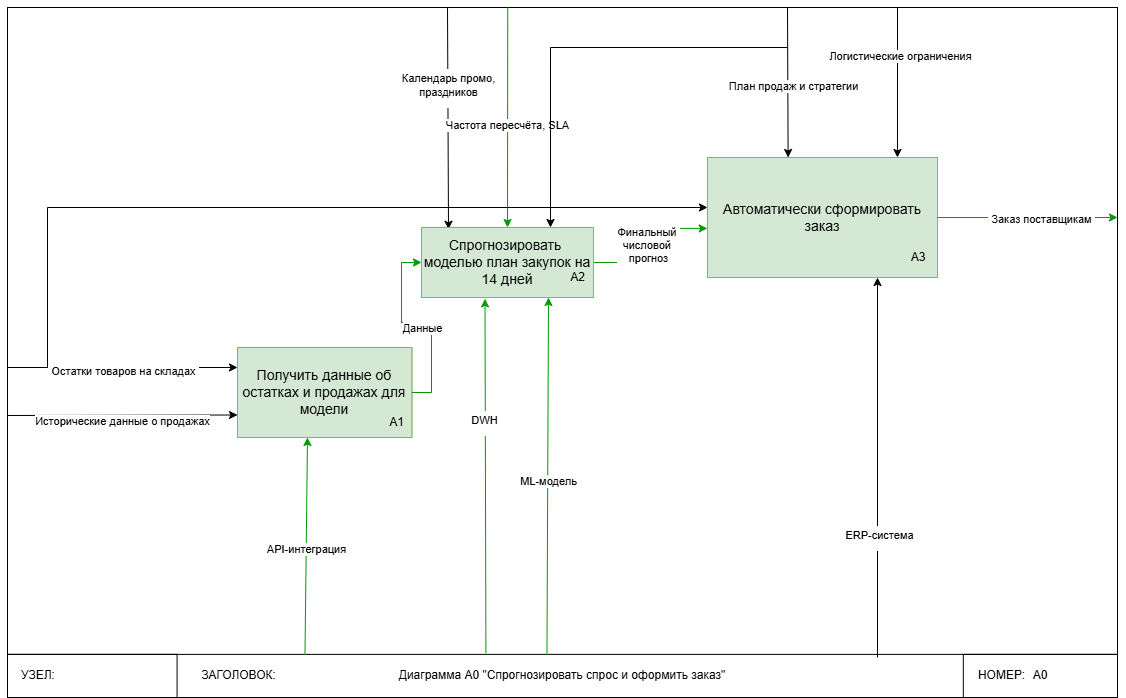
Before: Модели бизнес процессов/IDEF0-ПОСЛЕ-A0.drawio.png, a diagram exported from draw.io (barkhatnat/Information_Systems_Design_Project). Source tidied: cells renumbered, new cells last; positions are measured from the earlier drawing's top-left corner, leaving out a move shared by most shapes.
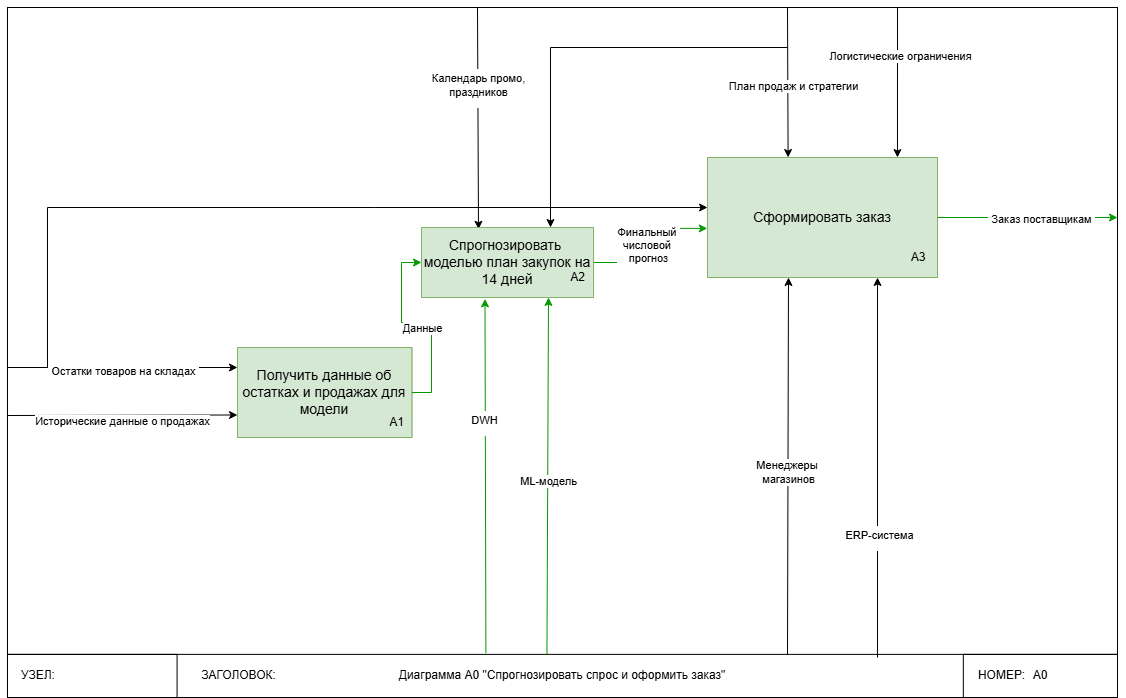
After the commit.

What changed in the source:
```diff
@@ -26,9 +26,10 @@
     <mxCell id="9" value="НОМЕР:" style="text;html=1;align=center;verticalAlign=middle;whiteSpace=wrap;rounded=0;" parent="2" vertex="1">
       <mxGeometry x="955.8" y="646.9" width="77.1" height="43.1" as="geometry" />
     </mxCell>
-    <mxCell id="10" style="endArrow=classic;html=1;rounded=0;entryX=0.157;entryY=0.025;entryDx=0;entryDy=0;entryPerimeter=0;" parent="2" edge="1" target="42">
+    <mxCell id="10" style="endArrow=classic;html=1;rounded=0;entryX=0.157;entryY=0.025;entryDx=0;entryDy=0;entryPerimeter=0;" parent="2" edge="1">
       <mxGeometry relative="1" as="geometry">
-        <mxPoint x="440" as="sourcePoint" />
+        <mxPoint x="470" as="sourcePoint" />
+        <mxPoint x="471" y="221.8" as="targetPoint" />
       </mxGeometry>
     </mxCell>
     <mxCell id="11" value="&lt;table&gt;&lt;tbody&gt;&lt;tr&gt;&lt;td&gt;Календарь промо, &lt;br&gt;праздников&lt;/td&gt;&lt;/tr&gt;&lt;/tbody&gt;&lt;/table&gt;&lt;table&gt;&lt;tbody&gt;&lt;tr&gt;&lt;td&gt;&lt;/td&gt;&lt;/tr&gt;&lt;/tbody&gt;&lt;/table&gt;" style="edgeLabel;html=1;align=center;verticalAlign=middle;" parent="10" vertex="1">
@@ -36,20 +37,6 @@
         <mxPoint y="-1" as="offset" />
       </mxGeometry>
     </mxCell>
-    <mxCell id="12" style="endArrow=classic;html=1;rounded=0;entryX=0.5;entryY=0;entryDx=0;entryDy=0;exitX=0.435;exitY=0.004;exitDx=0;exitDy=0;exitPerimeter=0;strokeColor=#009900;" parent="2" edge="1" target="42">
-      <mxGeometry relative="1" as="geometry">
-        <mxPoint x="500.2" as="sourcePoint" />
-      </mxGeometry>
-    </mxCell>
-    <mxCell id="13" value="&lt;span style=&quot;color: rgba(0, 0, 0, 0); font-family: monospace; font-size: 0px; text-align: start; background-color: rgb(236, 236, 236);&quot;&gt;%3CmxGraphModel%3E%3Croot%3E%3CmxCell%20id%3D%220%22%2F%3E%3CmxCell%20id%3D%221%22%20parent%3D%220%22%2F%3E%3CmxCell%20id%3D%222%22%20value%3D%22%22%20style%3D%22endArrow%3Dclassic%3Bhtml%3D1%3Brounded%3D0%3BentryX%3D0.25%3BentryY%3D0%3BentryDx%3D0%3BentryDy%3D0%3BexitX%3D0.435%3BexitY%3D0.004%3BexitDx%3D0%3BexitDy%3D0%3BexitPerimeter%3D0%3B%22%20edge%3D%221%22%20parent%3D%221%22%3E%3CmxGeometry%20width%3D%2250%22%20height%3D%2250%22%20relative%3D%221%22%20as%3D%22geometry%22%3E%3CmxPoint%20x%3D%22-499.79999999999995%22%20y%3D%2231.920000000000073%22%20as%3D%22sourcePoint%22%2F%3E%3CmxPoint%20x%3D%22-500%22%20y%3D%22240%22%20as%3D%22targetPoint%22%2F%3E%3C%2FmxGeometry%3E%3C%2FmxCell%3E%3CmxCell%20id%3D%223%22%20value%3D%22%D0%9F%D0%BB%D0%B0%D0%BD%20%D0%BF%D1%80%D0%BE%D0%B4%D0%B0%D0%B6%20%D0%B8%20%D1%81%D1%82%D1%80%D0%B0%D1%82%D0%B5%D0%B3%D0%B8%D0%B8%22%20style%3D%22edgeLabel%3Bhtml%3D1%3Balign%3Dcenter%3BverticalAlign%3Dmiddle%3Bresizable%3D0%3Bpoints%3D%5B%5D%3B%22%20vertex%3D%221%22%20connectable%3D%220%22%20parent%3D%222%22%3E%3CmxGeometry%20x%3D%220.0556%22%20y%3D%225%22%20relative%3D%221%22%20as%3D%22geometry%22%3E%3CmxPoint%20as%3D%22offset%22%2F%3E%3C%2FmxGeometry%3E%3C%2FmxCell%3E%3C%2Froot%3E%3C%2FmxGraphModel%3E&lt;/span&gt;" style="edgeLabel;html=1;align=center;verticalAlign=middle;" parent="12" vertex="1">
-      <mxGeometry x="0.06" y="5" relative="1" as="geometry" />
-    </mxCell>
-    <mxCell id="14" value="Text" style="edgeLabel;html=1;align=center;verticalAlign=middle;" parent="12" vertex="1">
-      <mxGeometry x="0.07" y="-1" relative="1" as="geometry" />
-    </mxCell>
-    <mxCell id="15" value="Частота пересчёта, SLA" style="edgeLabel;html=1;align=center;verticalAlign=middle;" parent="12" vertex="1">
-      <mxGeometry x="0.07" y="-1" relative="1" as="geometry" />
-    </mxCell>
     <mxCell id="16" style="endArrow=classic;html=1;rounded=0;entryX=0.5;entryY=0;entryDx=0;entryDy=0;" parent="2" edge="1">
       <mxGeometry relative="1" as="geometry">
         <mxPoint x="780" as="sourcePoint" />
@@ -59,14 +46,6 @@
     <mxCell id="17" value="План продаж и стратегии" style="edgeLabel;html=1;align=center;verticalAlign=middle;" parent="16" vertex="1">
       <mxGeometry x="0.06" y="5" relative="1" as="geometry" />
     </mxCell>
-    <mxCell id="18" style="endArrow=classic;html=1;rounded=0;exitX=0.268;exitY=0.007;exitDx=0;exitDy=0;exitPerimeter=0;strokeColor=#009900;" parent="2" edge="1" source="4">
-      <mxGeometry relative="1" as="geometry">
-        <mxPoint x="300" y="430" as="targetPoint" />
-      </mxGeometry>
-    </mxCell>
-    <mxCell id="19" value="API-интеграция" style="edgeLabel;html=1;align=center;verticalAlign=middle;" parent="18" vertex="1">
-      <mxGeometry x="-0.03" relative="1" as="geometry" />
-    </mxCell>
     <mxCell id="20" style="endArrow=classic;html=1;rounded=0;exitX=0.486;exitY=0.007;exitDx=0;exitDy=0;exitPerimeter=0;entryX=0.38;entryY=1.002;entryDx=0;entryDy=0;entryPerimeter=0;strokeColor=#009900;" parent="2" edge="1" source="4">
       <mxGeometry relative="1" as="geometry">
         <mxPoint x="541" y="290" as="targetPoint" />
@@ -75,6 +54,15 @@
     <mxCell id="21" value="ML-модель" style="edgeLabel;html=1;align=center;verticalAlign=middle;" parent="20" vertex="1">
       <mxGeometry x="-0.03" relative="1" as="geometry" />
     </mxCell>
+    <mxCell id="48" style="endArrow=classic;html=1;rounded=0;exitX=0.476;exitY=-0.016;exitDx=0;exitDy=0;exitPerimeter=0;" parent="2" edge="1">
+      <mxGeometry relative="1" as="geometry">
+        <mxPoint x="780" y="646.9" as="sourcePoint" />
+        <mxPoint x="781" y="270" as="targetPoint" />
+      </mxGeometry>
+    </mxCell>
+    <mxCell id="49" value="Менеджеры&amp;nbsp;&lt;div&gt;магазинов&lt;/div&gt;" style="edgeLabel;html=1;align=center;verticalAlign=middle;" parent="48" vertex="1">
+      <mxGeometry x="-0.03" relative="1" as="geometry" />
+    </mxCell>
     <mxCell id="22" style="group;fontStyle=1;fillColor=#d5e8d4;strokeColor=#82b366;" parent="1" vertex="1">
       <mxGeometry x="230" y="340" width="174.4" height="90" as="geometry" />
     </mxCell>
@@ -95,7 +83,7 @@
         </Array>
       </mxGeometry>
     </mxCell>
-    <mxCell id="27" value="&lt;h3&gt;&lt;span style=&quot;font-weight: normal;&quot;&gt;Автоматически сформировать заказ&lt;/span&gt;&lt;/h3&gt;" style="rounded=0;whiteSpace=wrap;html=1;fillColor=#d5e8d4;strokeColor=#82b366;" parent="25" vertex="1">
+    <mxCell id="27" value="&lt;h3&gt;&lt;span style=&quot;font-weight: normal;&quot;&gt;Сформировать заказ&lt;/span&gt;&lt;/h3&gt;" style="rounded=0;whiteSpace=wrap;html=1;fillColor=#d5e8d4;strokeColor=#82b366;" parent="25" vertex="1">
       <mxGeometry width="230" height="120" as="geometry" />
     </mxCell>
     <mxCell id="28" value="A3" style="text;html=1;align=center;verticalAlign=middle;whiteSpace=wrap;rounded=0;" parent="25" vertex="1">
```
